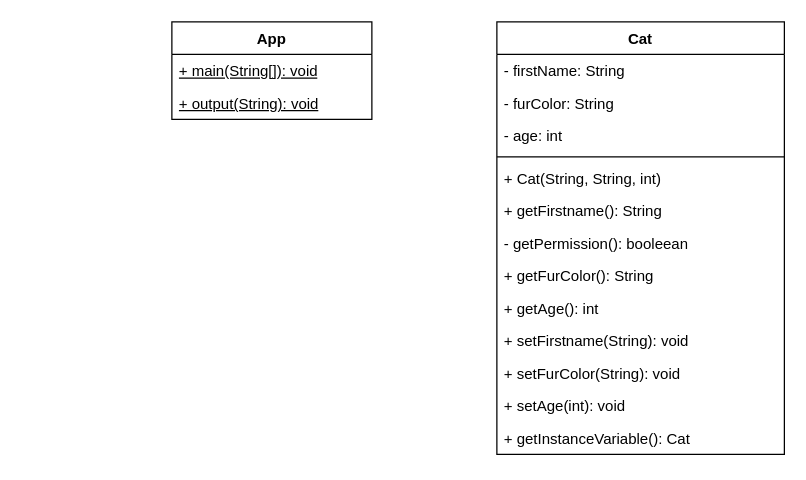
Before: klassendiagramm.drawio in klfischer89/02b_Klassen_Objekte_2, a draw.io diagram. Source tidied: cells renumbered, new cells numbered last; positions are measured from the earlier drawing's top-left corner, leaving out a move shared by most shapes. Both pictures are drawn from the tidied source at 125%, with x=0, y=0 at pixel (171, 21).
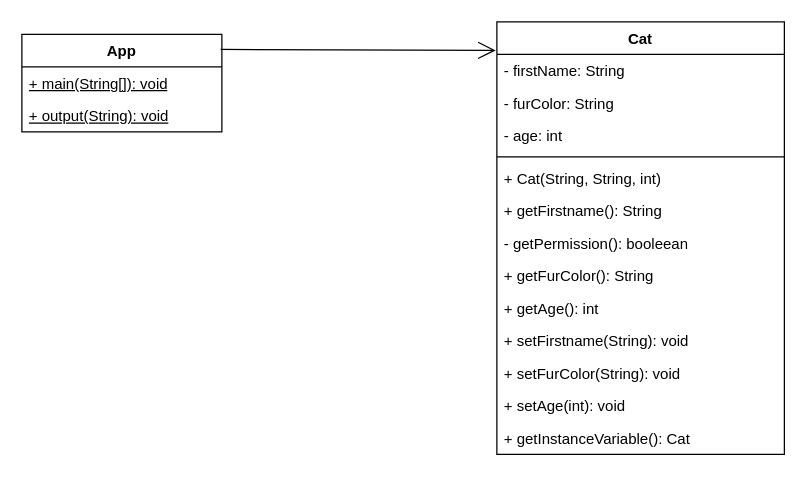
Above is the later version.

Commit message:
added association to class diargram

Diff of the diagram source:
```diff
@@
 <mxGraphModel>
   <root>
     <mxCell id="0" />
     <mxCell id="1" parent="0" />
     <mxCell id="2" value="Cat" style="swimlane;fontStyle=1;align=center;verticalAlign=top;horizontal=1;startSize=26;whiteSpace=wrap;html=1;" parent="1" vertex="1">
       <mxGeometry x="260" width="230" height="346" as="geometry" />
     </mxCell>
     <mxCell id="3" value="- firstName: String" style="text;strokeColor=none;fillColor=none;align=left;verticalAlign=top;spacingLeft=4;spacingRight=4;overflow=hidden;whiteSpace=wrap;html=1;" parent="2" vertex="1">
       <mxGeometry y="26" width="230" height="26" as="geometry" />
     </mxCell>
     <mxCell id="4" value="- furColor: String" style="text;strokeColor=none;fillColor=none;align=left;verticalAlign=top;spacingLeft=4;spacingRight=4;overflow=hidden;whiteSpace=wrap;html=1;" parent="2" vertex="1">
       <mxGeometry y="52" width="230" height="26" as="geometry" />
     </mxCell>
     <mxCell id="5" value="- age: int" style="text;strokeColor=none;fillColor=none;align=left;verticalAlign=top;spacingLeft=4;spacingRight=4;overflow=hidden;whiteSpace=wrap;html=1;" parent="2" vertex="1">
       <mxGeometry y="78" width="230" height="26" as="geometry" />
     </mxCell>
     <mxCell id="6" style="line;strokeWidth=1;fillColor=none;align=left;verticalAlign=middle;spacingTop=-1;spacingLeft=3;spacingRight=3;labelPosition=right;strokeColor=inherit;" parent="2" vertex="1">
       <mxGeometry y="104" width="230" height="8" as="geometry" />
     </mxCell>
     <mxCell id="7" value="+ Cat(String, String, int)" style="text;strokeColor=none;fillColor=none;align=left;verticalAlign=top;spacingLeft=4;spacingRight=4;overflow=hidden;whiteSpace=wrap;html=1;" parent="2" vertex="1">
       <mxGeometry y="112" width="230" height="26" as="geometry" />
     </mxCell>
     <mxCell id="8" value="+ getFirstname(): String" style="text;strokeColor=none;fillColor=none;align=left;verticalAlign=top;spacingLeft=4;spacingRight=4;overflow=hidden;whiteSpace=wrap;html=1;" parent="2" vertex="1">
       <mxGeometry y="138" width="230" height="26" as="geometry" />
     </mxCell>
     <mxCell id="9" value="- getPermission(): booleean" style="text;strokeColor=none;fillColor=none;align=left;verticalAlign=top;spacingLeft=4;spacingRight=4;overflow=hidden;whiteSpace=wrap;html=1;" parent="2" vertex="1">
       <mxGeometry y="164" width="230" height="26" as="geometry" />
     </mxCell>
     <mxCell id="10" value="+ getFurColor(): String" style="text;strokeColor=none;fillColor=none;align=left;verticalAlign=top;spacingLeft=4;spacingRight=4;overflow=hidden;whiteSpace=wrap;html=1;" parent="2" vertex="1">
       <mxGeometry y="190" width="230" height="26" as="geometry" />
     </mxCell>
     <mxCell id="11" value="+ getAge(): int" style="text;strokeColor=none;fillColor=none;align=left;verticalAlign=top;spacingLeft=4;spacingRight=4;overflow=hidden;whiteSpace=wrap;html=1;" parent="2" vertex="1">
       <mxGeometry y="216" width="230" height="26" as="geometry" />
     </mxCell>
     <mxCell id="12" value="+ setFirstname(String): void" style="text;strokeColor=none;fillColor=none;align=left;verticalAlign=top;spacingLeft=4;spacingRight=4;overflow=hidden;whiteSpace=wrap;html=1;" parent="2" vertex="1">
       <mxGeometry y="242" width="230" height="26" as="geometry" />
     </mxCell>
     <mxCell id="13" value="+ setFurColor(String): void" style="text;strokeColor=none;fillColor=none;align=left;verticalAlign=top;spacingLeft=4;spacingRight=4;overflow=hidden;whiteSpace=wrap;html=1;" parent="2" vertex="1">
       <mxGeometry y="268" width="230" height="26" as="geometry" />
     </mxCell>
     <mxCell id="14" value="+ setAge(int): void" style="text;strokeColor=none;fillColor=none;align=left;verticalAlign=top;spacingLeft=4;spacingRight=4;overflow=hidden;whiteSpace=wrap;html=1;" parent="2" vertex="1">
       <mxGeometry y="294" width="230" height="26" as="geometry" />
     </mxCell>
     <mxCell id="15" value="+ getInstanceVariable(): Cat" style="text;strokeColor=none;fillColor=none;align=left;verticalAlign=top;spacingLeft=4;spacingRight=4;overflow=hidden;whiteSpace=wrap;html=1;" parent="2" vertex="1">
       <mxGeometry y="320" width="230" height="26" as="geometry" />
     </mxCell>
     <mxCell id="16" value="App" style="swimlane;fontStyle=1;align=center;verticalAlign=top;horizontal=1;startSize=26;whiteSpace=wrap;html=1;" parent="1" vertex="1">
-      <mxGeometry width="160" height="78" as="geometry" />
+      <mxGeometry x="-120" y="10" width="160" height="78" as="geometry" />
     </mxCell>
     <mxCell id="17" value="+ main(String[]): void" style="text;strokeColor=none;fillColor=none;align=left;verticalAlign=top;spacingLeft=4;spacingRight=4;overflow=hidden;whiteSpace=wrap;html=1;fontStyle=4;" parent="16" vertex="1">
       <mxGeometry y="26" width="160" height="26" as="geometry" />
     </mxCell>
     <mxCell id="18" value="+ output(String): void" style="text;strokeColor=none;fillColor=none;align=left;verticalAlign=top;spacingLeft=4;spacingRight=4;overflow=hidden;whiteSpace=wrap;html=1;fontStyle=4;" parent="16" vertex="1">
       <mxGeometry y="52" width="160" height="26" as="geometry" />
     </mxCell>
+    <mxCell id="19" style="endArrow=open;endFill=1;endSize=12;html=1;entryX=-0.004;entryY=0.066;entryDx=0;entryDy=0;entryPerimeter=0;exitX=0.994;exitY=0.154;exitDx=0;exitDy=0;exitPerimeter=0;" parent="1" edge="1" source="16" target="2">
+      <mxGeometry relative="1" as="geometry" />
+    </mxCell>
   </root>
 </mxGraphModel>
```
